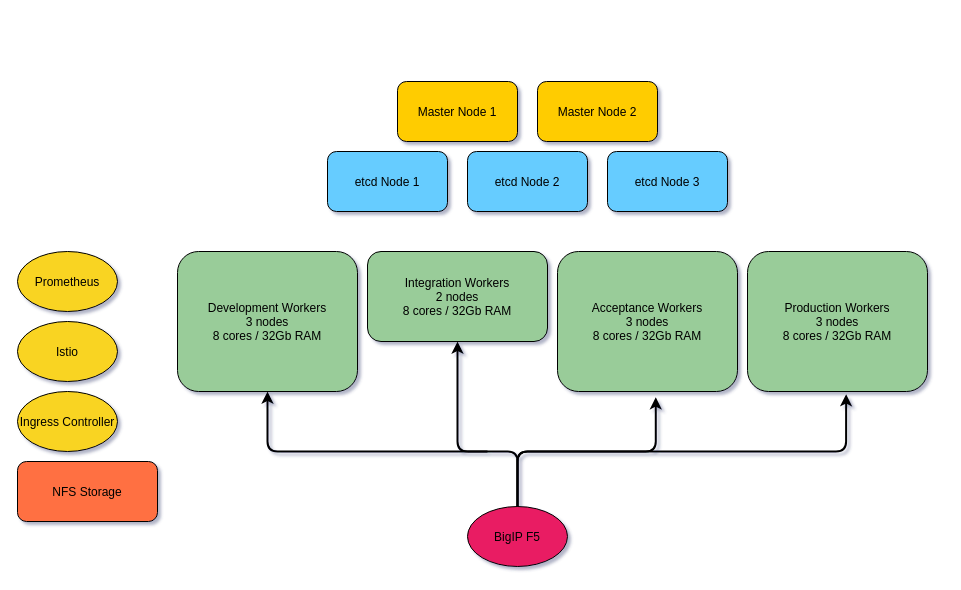
Above: Untitled Diagram.drawio in l-mathias/drawio (draw.io), before the change. Source tidied: cells renumbered, new cells numbered last; positions are measured from the earlier drawing's top-left corner, leaving out a move shared by most shapes. Both pictures are drawn from the tidied source at 100%, with x=0, y=0 at pixel (17, 81).
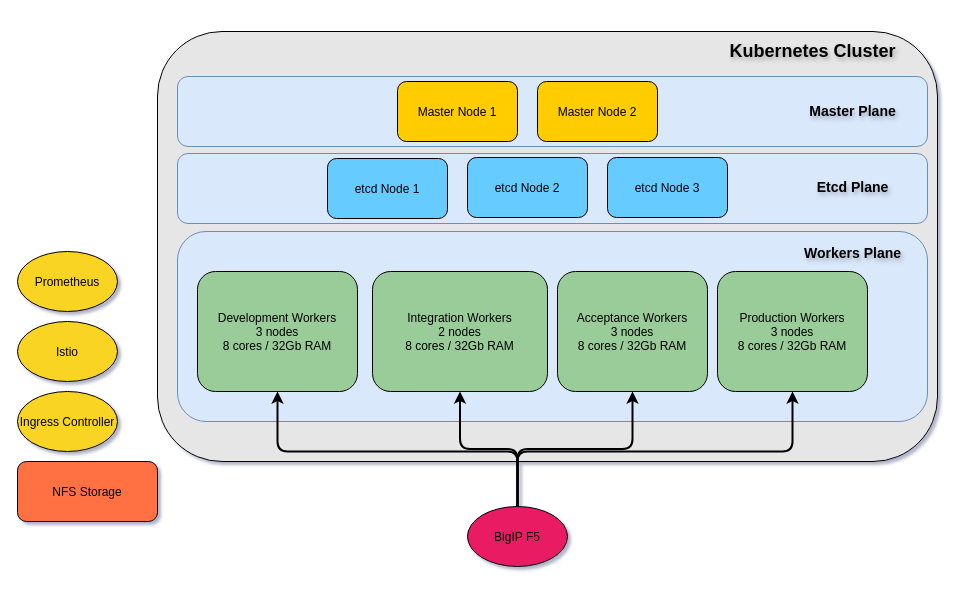
The same diagram, later.

Unchanged cells that the change refers to:
```xml
<mxCell id="17" value="BigIP F5" style="ellipse;fillColor=#E91E63;rounded=1;" parent="1" vertex="1">
  <mxGeometry x="450" y="425" width="100" height="60" as="geometry" />
</mxCell>
```

The edit, as a diff of the source:
```diff
@@
+    <mxCell id="20" value="&lt;div style=&quot;text-align: justify;&quot;&gt;&lt;br&gt;&lt;/div&gt;" style="rounded=1;whiteSpace=wrap;html=1;fillColor=#E6E6E6;align=center;" parent="1" vertex="1">
+      <mxGeometry x="140" y="-50" width="780" height="430" as="geometry" />
+    </mxCell>
+    <mxCell id="21" style="rounded=1;whiteSpace=wrap;html=1;fillColor=#dae8fc;strokeColor=#6c8ebf;" parent="1" vertex="1">
+      <mxGeometry x="160" y="150" width="750" height="190" as="geometry" />
+    </mxCell>
+    <mxCell id="22" style="rounded=1;whiteSpace=wrap;html=1;fillColor=#dae8fc;strokeColor=#6c8ebf;" parent="1" vertex="1">
+      <mxGeometry x="160" y="72" width="750" height="70" as="geometry" />
+    </mxCell>
+    <mxCell id="23" style="rounded=1;whiteSpace=wrap;html=1;fillColor=#dae8fc;strokeColor=#6c8ebf;" parent="1" vertex="1">
+      <mxGeometry x="160" y="-5" width="750" height="70" as="geometry" />
+    </mxCell>
@@
     <mxCell id="4" value="etcd Node 1" style="rounded=1;fillColor=#66CCFF;" parent="1" vertex="1">
-      <mxGeometry x="310" y="70" width="120" height="60" as="geometry" />
+      <mxGeometry x="310" y="77" width="120" height="60" as="geometry" />
     </mxCell>
     <mxCell id="5" value="etcd Node 2" style="rounded=1;fillColor=#66CCFF;" parent="1" vertex="1">
-      <mxGeometry x="450" y="70" width="120" height="60" as="geometry" />
+      <mxGeometry x="450" y="76" width="120" height="60" as="geometry" />
     </mxCell>
     <mxCell id="6" value="etcd Node 3" style="rounded=1;fillColor=#66CCFF;" parent="1" vertex="1">
-      <mxGeometry x="590" y="70" width="120" height="60" as="geometry" />
+      <mxGeometry x="590" y="76" width="120" height="60" as="geometry" />
     </mxCell>
     <mxCell id="7" value="Development Workers&#10;3 nodes&#10;8 cores / 32Gb RAM" style="rounded=1;fillColor=#99CC99;gradientColor=none;shadow=0;textShadow=0;" parent="1" vertex="1">
-      <mxGeometry x="160" y="170" width="180" height="140" as="geometry" />
+      <mxGeometry x="180" y="190" width="160" height="120" as="geometry" />
     </mxCell>
     <mxCell id="8" value="Integration Workers&#10;2 nodes&#10;8 cores / 32Gb RAM" style="rounded=1;fillColor=#99CC99;gradientColor=none;shadow=0;textShadow=0;" parent="1" vertex="1">
-      <mxGeometry x="350" y="170" width="180" height="90" as="geometry" />
+      <mxGeometry x="355" y="190" width="175" height="120" as="geometry" />
     </mxCell>
     <mxCell id="9" value="Acceptance Workers&#10;3 nodes&#10;8 cores / 32Gb RAM" style="rounded=1;fillColor=#99CC99;shadow=0;textShadow=0;glass=0;gradientColor=none;" parent="1" vertex="1">
-      <mxGeometry x="540" y="170" width="180" height="140" as="geometry" />
+      <mxGeometry x="540" y="190" width="150" height="120" as="geometry" />
     </mxCell>
     <mxCell id="10" value="Production Workers&#10;3 nodes&#10;8 cores / 32Gb RAM" style="rounded=1;fillColor=#99CC99;gradientColor=none;shadow=0;textShadow=0;" parent="1" vertex="1">
-      <mxGeometry x="730" y="170" width="180" height="140" as="geometry" />
+      <mxGeometry x="700" y="190" width="150" height="120" as="geometry" />
     </mxCell>
@@
+    <mxCell id="19" style="edgeStyle=orthogonalEdgeStyle;rounded=1;jettySize=auto;html=1;entryX=0.5;entryY=1;entryDx=0;entryDy=0;strokeWidth=2;" parent="1" edge="1" source="17" target="10">
+      <mxGeometry relative="1" as="geometry">
+        <Array as="points">
+          <mxPoint x="500" y="370" />
+          <mxPoint x="775" y="370" />
+        </Array>
+      </mxGeometry>
+    </mxCell>
+    <mxCell id="18" style="edgeStyle=orthogonalEdgeStyle;rounded=1;jettySize=auto;html=1;entryX=0.5;entryY=1;entryDx=0;entryDy=0;strokeWidth=2;" parent="1" edge="1" source="17" target="9">
+      <mxGeometry relative="1" as="geometry" />
+    </mxCell>
+    <mxCell id="24" style="edgeStyle=orthogonalEdgeStyle;rounded=1;jettySize=auto;html=1;strokeWidth=2;" parent="1" edge="1" source="17" target="8">
+      <mxGeometry relative="1" as="geometry" />
+    </mxCell>
     <mxCell id="15" style="edgeStyle=orthogonalEdgeStyle;rounded=1;jettySize=auto;html=1;entryX=0.5;entryY=1;entryDx=0;entryDy=0;strokeWidth=2;" parent="1" edge="1" source="17" target="7">
       <mxGeometry relative="1" as="geometry">
         <Array as="points">
           <mxPoint x="500" y="370" />
-          <mxPoint x="250" y="370" />
+          <mxPoint x="260" y="370" />
         </Array>
       </mxGeometry>
     </mxCell>
-    <mxCell id="16" style="edgeStyle=orthogonalEdgeStyle;rounded=1;jettySize=auto;html=1;entryX=0.5;entryY=1;entryDx=0;entryDy=0;strokeWidth=2;" parent="1" edge="1" target="8">
-      <mxGeometry relative="1" as="geometry">
-        <mxPoint x="470" y="370" as="sourcePoint" />
-        <Array as="points">
-          <mxPoint x="440" y="370" />
-        </Array>
-      </mxGeometry>
-    </mxCell>
@@
-    <mxCell id="18" style="edgeStyle=orthogonalEdgeStyle;rounded=1;jettySize=auto;html=1;entryX=0.546;entryY=1.041;entryDx=0;entryDy=0;entryPerimeter=0;strokeColor=default;strokeWidth=2;" parent="1" edge="1" source="17" target="9">
-      <mxGeometry relative="1" as="geometry">
-        <Array as="points">
-          <mxPoint x="500" y="370" />
-          <mxPoint x="638" y="370" />
-        </Array>
-      </mxGeometry>
-    </mxCell>
-    <mxCell id="19" style="edgeStyle=orthogonalEdgeStyle;rounded=1;jettySize=auto;html=1;entryX=0.548;entryY=1.019;entryDx=0;entryDy=0;entryPerimeter=0;strokeWidth=2;" parent="1" edge="1" source="17" target="10">
-      <mxGeometry relative="1" as="geometry">
-        <Array as="points">
-          <mxPoint x="500" y="370" />
-          <mxPoint x="829" y="370" />
-        </Array>
-      </mxGeometry>
-    </mxCell>
+    <mxCell id="25" value="&lt;h2&gt;Kubernetes Cluster&lt;/h2&gt;" style="text;html=1;align=center;verticalAlign=middle;strokeColor=none;fillColor=none;shadow=1;textShadow=1;" parent="1" vertex="1">
+      <mxGeometry x="700" y="-60" width="190" height="60" as="geometry" />
+    </mxCell>
+    <mxCell id="26" value="&lt;h3&gt;Master Plane&lt;/h3&gt;" style="text;html=1;align=center;verticalAlign=middle;strokeColor=none;fillColor=none;shadow=1;textShadow=1;" parent="1" vertex="1">
+      <mxGeometry x="780" width="110" height="60" as="geometry" />
+    </mxCell>
+    <mxCell id="27" value="&lt;h3&gt;Etcd Plane&lt;/h3&gt;" style="text;html=1;align=center;verticalAlign=middle;strokeColor=none;fillColor=none;shadow=1;textShadow=1;" parent="1" vertex="1">
+      <mxGeometry x="785" y="76" width="100" height="60" as="geometry" />
+    </mxCell>
+    <mxCell id="28" value="&lt;h3&gt;Workers Plane&lt;/h3&gt;" style="text;html=1;align=center;verticalAlign=middle;strokeColor=none;fillColor=none;shadow=1;textShadow=1;" parent="1" vertex="1">
+      <mxGeometry x="775" y="142" width="120" height="60" as="geometry" />
+    </mxCell>
```
